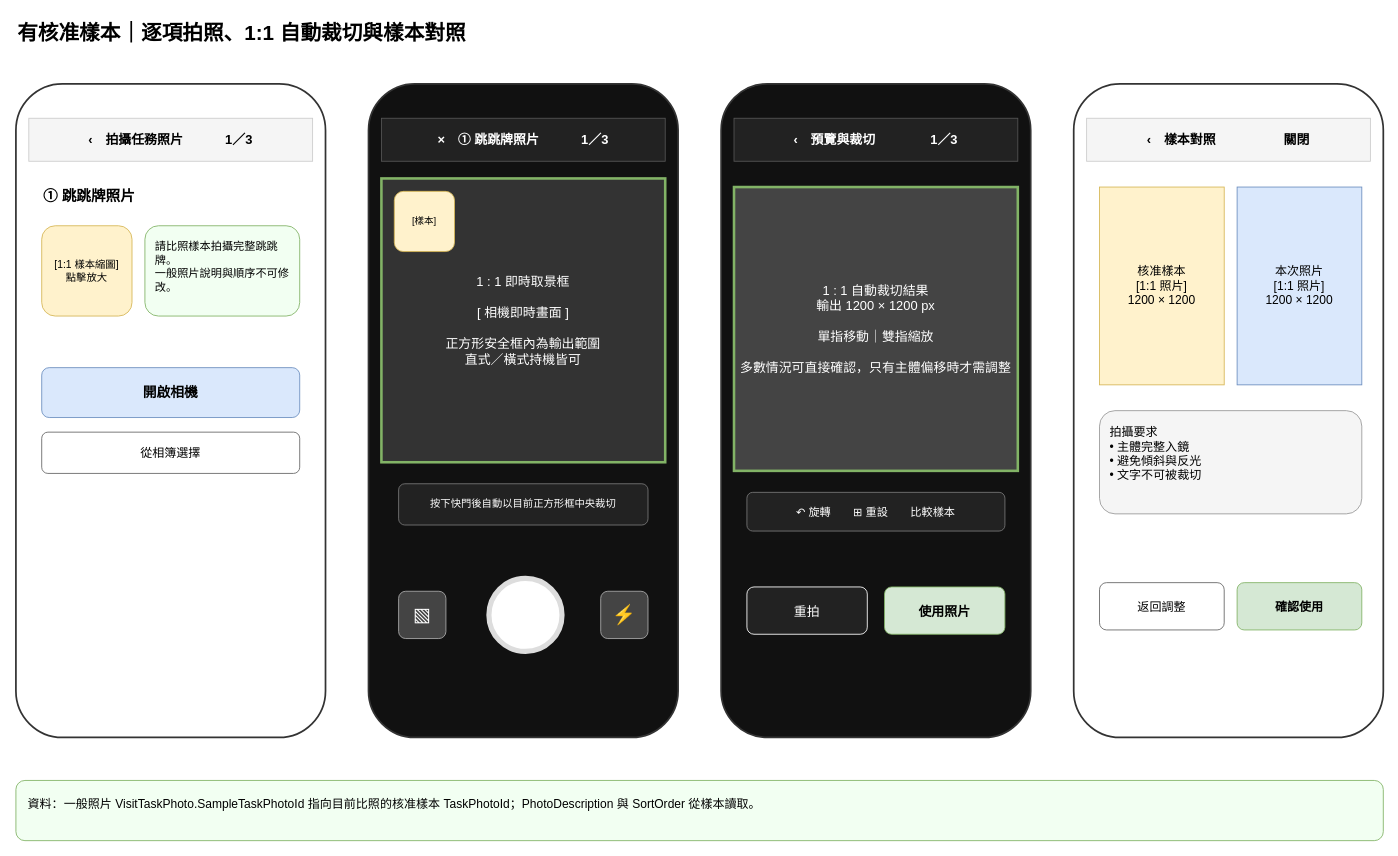
Above: page "02_有樣本_拍照與預覽" (3 of 6) of Codex筆記/LGSale_UI_PHOTO.drawio in tim5612/LGSaleOut (draw.io), before the change. Source tidied: cells renumbered, new cells numbered last; positions are measured from the earlier drawing's top-left corner, leaving out a move shared by most shapes. Both pictures are drawn from the tidied source at 86%, with x=0, y=0 at pixel (15, 15).
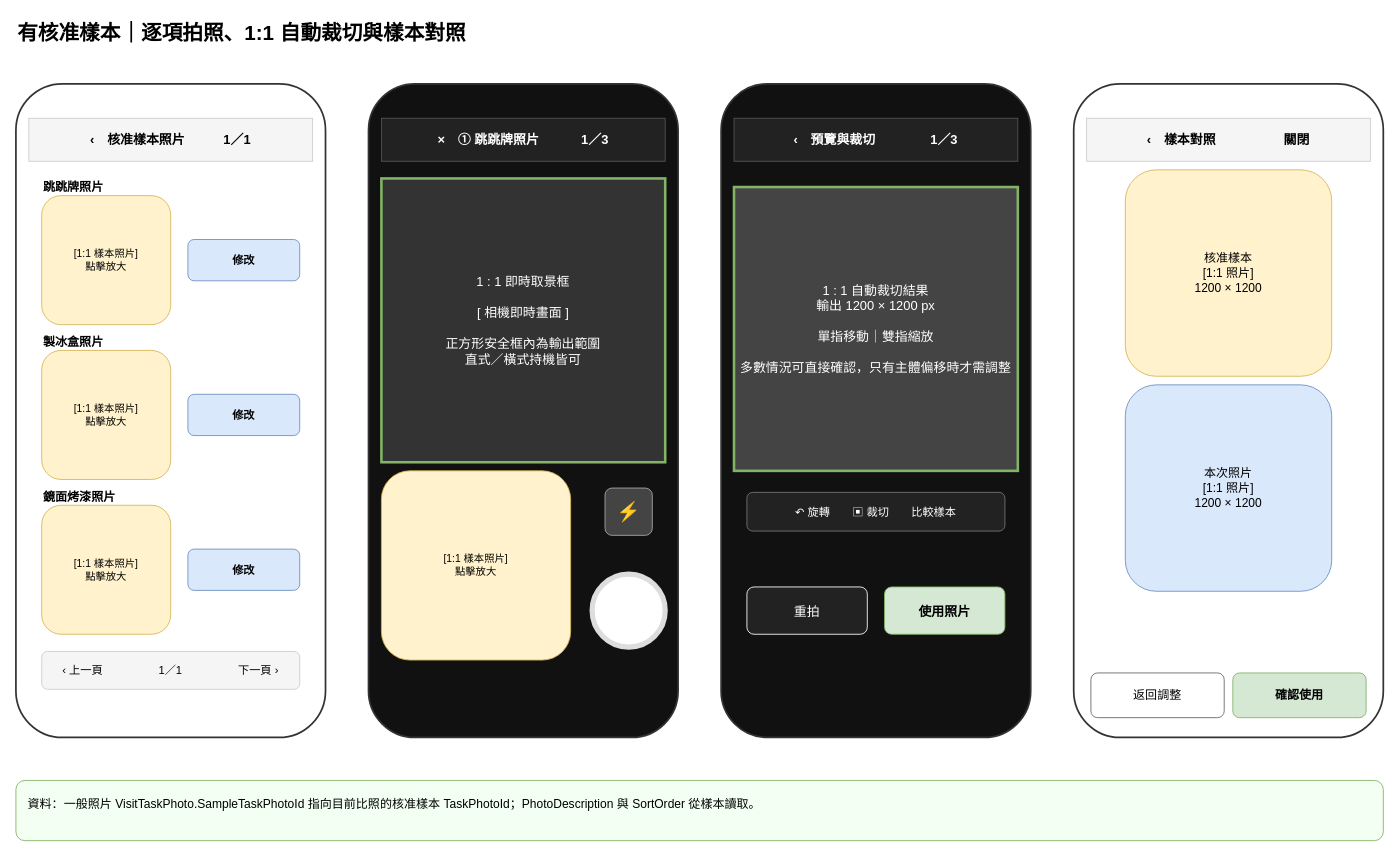
The same page after the edit.

Change to the diagram source:
```diff
@@
-    <mxCell id="4" value="‹　拍攝任務照片　　　 1／3" style="rounded=0;whiteSpace=wrap;html=1;fillColor=#f5f5f5;strokeColor=#cccccc;fontStyle=1;fontSize=15;" parent="1" vertex="1">
+    <mxCell id="4" value="‹　核准樣本照片　　　1／1" style="rounded=0;whiteSpace=wrap;html=1;fillColor=#f5f5f5;strokeColor=#cccccc;fontStyle=1;fontSize=15;" parent="1" vertex="1">
       <mxGeometry x="15" y="120" width="330" height="50" as="geometry" />
     </mxCell>
-    <mxCell id="5" value="① 跳跳牌照片" style="text;html=1;fontStyle=1;fontSize=17;align=left;" parent="1" vertex="1">
-      <mxGeometry x="30" y="195" width="260" height="30" as="geometry" />
+    <mxCell id="5" value="跳跳牌照片" style="text;html=1;fontStyle=1;fontSize=14;align=left;" parent="1" vertex="1">
+      <mxGeometry x="30" y="185" width="300" height="22" as="geometry" />
     </mxCell>
-    <mxCell id="6" value="[1:1 樣本縮圖]&#10;點擊放大" style="rounded=1;whiteSpace=wrap;html=1;fillColor=#fff2cc;strokeColor=#d6b656;fontSize=12;" parent="1" vertex="1">
-      <mxGeometry x="30" y="245" width="105" height="105" as="geometry" />
+    <mxCell id="6" value="[1:1 樣本照片]&#10;點擊放大" style="rounded=1;whiteSpace=wrap;html=1;fillColor=#fff2cc;strokeColor=#d6b656;fontSize=12;" parent="1" vertex="1">
+      <mxGeometry x="30" y="210" width="150" height="150" as="geometry" />
     </mxCell>
-    <mxCell id="7" value="請比照樣本拍攝完整跳跳牌。&#10;一般照片說明與順序不可修改。" style="rounded=1;whiteSpace=wrap;html=1;fillColor=#f2fff2;strokeColor=#82b366;align=left;verticalAlign=top;spacing=12;fontSize=13;" parent="1" vertex="1">
-      <mxGeometry x="150" y="245" width="180" height="105" as="geometry" />
-    </mxCell>
-    <mxCell id="8" value="開啟相機" style="rounded=1;whiteSpace=wrap;html=1;fillColor=#dae8fc;strokeColor=#6c8ebf;fontStyle=1;fontSize=16;" parent="1" vertex="1">
-      <mxGeometry x="30" y="410" width="300" height="58" as="geometry" />
-    </mxCell>
-    <mxCell id="9" value="從相簿選擇" style="rounded=1;whiteSpace=wrap;html=1;fillColor=#ffffff;strokeColor=#666666;fontSize=14;" parent="1" vertex="1">
-      <mxGeometry x="30" y="485" width="300" height="48" as="geometry" />
-    </mxCell>
+    <mxCell id="32" value="修改" style="rounded=1;whiteSpace=wrap;html=1;fillColor=#dae8fc;strokeColor=#6c8ebf;fontStyle=1;fontSize=13;" parent="1" vertex="1">
+      <mxGeometry x="200" y="261" width="130" height="48" as="geometry" />
+    </mxCell>
+    <mxCell id="33" value="製冰盒照片" style="text;html=1;fontStyle=1;fontSize=14;align=left;" parent="1" vertex="1">
+      <mxGeometry x="30" y="365" width="300" height="22" as="geometry" />
+    </mxCell>
+    <mxCell id="34" value="[1:1 樣本照片]&#10;點擊放大" style="rounded=1;whiteSpace=wrap;html=1;fillColor=#fff2cc;strokeColor=#d6b656;fontSize=12;" parent="1" vertex="1">
+      <mxGeometry x="30" y="390" width="150" height="150" as="geometry" />
+    </mxCell>
+    <mxCell id="35" value="修改" style="rounded=1;whiteSpace=wrap;html=1;fillColor=#dae8fc;strokeColor=#6c8ebf;fontStyle=1;fontSize=13;" parent="1" vertex="1">
+      <mxGeometry x="200" y="441" width="130" height="48" as="geometry" />
+    </mxCell>
+    <mxCell id="36" value="鏡面烤漆照片" style="text;html=1;fontStyle=1;fontSize=14;align=left;" parent="1" vertex="1">
+      <mxGeometry x="30" y="545" width="300" height="22" as="geometry" />
+    </mxCell>
+    <mxCell id="37" value="[1:1 樣本照片]&#10;點擊放大" style="rounded=1;whiteSpace=wrap;html=1;fillColor=#fff2cc;strokeColor=#d6b656;fontSize=12;" parent="1" vertex="1">
+      <mxGeometry x="30" y="570" width="150" height="150" as="geometry" />
+    </mxCell>
+    <mxCell id="38" value="修改" style="rounded=1;whiteSpace=wrap;html=1;fillColor=#dae8fc;strokeColor=#6c8ebf;fontStyle=1;fontSize=13;" parent="1" vertex="1">
+      <mxGeometry x="200" y="621" width="130" height="48" as="geometry" />
+    </mxCell>
+    <mxCell id="39" value="‹ 上一頁　　　　　1／1　　　　　下一頁 ›" style="rounded=1;whiteSpace=wrap;html=1;fillColor=#f5f5f5;strokeColor=#cccccc;fontSize=13;" parent="1" vertex="1">
+      <mxGeometry x="30" y="740" width="300" height="44" as="geometry" />
+    </mxCell>
@@
-    <mxCell id="13" value="[樣本]" style="rounded=1;whiteSpace=wrap;html=1;fillColor=#fff2cc;strokeColor=#d6b656;fontSize=11;" parent="1" vertex="1">
-      <mxGeometry x="440" y="205" width="70" height="70" as="geometry" />
+    <mxCell id="13" value="[1:1 樣本照片]&#10;點擊放大" style="rounded=1;whiteSpace=wrap;html=1;fillColor=#fff2cc;strokeColor=#d6b656;fontSize=12;" parent="1" vertex="1">
+      <mxGeometry x="425" y="530" width="220" height="220" as="geometry" />
     </mxCell>
-    <mxCell id="14" value="按下快門後自動以目前正方形框中央裁切" style="rounded=1;whiteSpace=wrap;html=1;fillColor=#222222;strokeColor=#777777;fontColor=#ffffff;fontSize=12;" parent="1" vertex="1">
-      <mxGeometry x="445" y="545" width="290" height="48" as="geometry" />
-    </mxCell>
-    <mxCell id="15" value="▧" style="rounded=1;whiteSpace=wrap;html=1;fillColor=#444444;strokeColor=#aaaaaa;fontColor=#ffffff;fontSize=22;" parent="1" vertex="1">
-      <mxGeometry x="445" y="670" width="55" height="55" as="geometry" />
-    </mxCell>
     <mxCell id="16" style="ellipse;whiteSpace=wrap;html=1;fillColor=#ffffff;strokeColor=#dddddd;strokeWidth=6;" parent="1" vertex="1">
-      <mxGeometry x="550" y="655" width="85" height="85" as="geometry" />
+      <mxGeometry x="670" y="650" width="85" height="85" as="geometry" />
     </mxCell>
     <mxCell id="17" value="⚡" style="rounded=1;whiteSpace=wrap;html=1;fillColor=#444444;strokeColor=#aaaaaa;fontColor=#ffffff;fontSize=22;" parent="1" vertex="1">
-      <mxGeometry x="680" y="670" width="55" height="55" as="geometry" />
+      <mxGeometry x="685" y="550" width="55" height="55" as="geometry" />
     </mxCell>
@@
-    <mxCell id="21" value="↶ 旋轉　　⊞ 重設　　比較樣本" style="rounded=1;whiteSpace=wrap;html=1;fillColor=#222222;strokeColor=#777777;fontColor=#ffffff;fontSize=13;" parent="1" vertex="1">
+    <mxCell id="21" value="↶ 旋轉　　▣ 裁切　　比較樣本" style="rounded=1;whiteSpace=wrap;html=1;fillColor=#222222;strokeColor=#777777;fontColor=#ffffff;fontSize=13;" parent="1" vertex="1">
       <mxGeometry x="850" y="555" width="300" height="45" as="geometry" />
     </mxCell>
@@
-    <mxCell id="26" value="核准樣本&#10;[1:1 照片]&#10;1200 × 1200" style="rounded=0;whiteSpace=wrap;html=1;fillColor=#fff2cc;strokeColor=#d6b656;fontSize=14;" parent="1" vertex="1">
-      <mxGeometry x="1260" y="200" width="145" height="230" as="geometry" />
+    <mxCell id="26" value="核准樣本&#10;[1:1 照片]&#10;1200 × 1200" style="rounded=1;whiteSpace=wrap;html=1;fillColor=#fff2cc;strokeColor=#d6b656;fontSize=14;" parent="1" vertex="1">
+      <mxGeometry x="1290" y="180" width="240" height="240" as="geometry" />
     </mxCell>
-    <mxCell id="27" value="本次照片&#10;[1:1 照片]&#10;1200 × 1200" style="rounded=0;whiteSpace=wrap;html=1;fillColor=#dae8fc;strokeColor=#6c8ebf;fontSize=14;" parent="1" vertex="1">
-      <mxGeometry x="1420" y="200" width="145" height="230" as="geometry" />
+    <mxCell id="27" value="本次照片&#10;[1:1 照片]&#10;1200 × 1200" style="rounded=1;whiteSpace=wrap;html=1;fillColor=#dae8fc;strokeColor=#6c8ebf;fontSize=14;" parent="1" vertex="1">
+      <mxGeometry x="1290" y="430" width="240" height="240" as="geometry" />
     </mxCell>
-    <mxCell id="28" value="拍攝要求&#10;• 主體完整入鏡&#10;• 避免傾斜與反光&#10;• 文字不可被裁切" style="rounded=1;whiteSpace=wrap;html=1;fillColor=#f5f5f5;strokeColor=#999999;align=left;verticalAlign=top;spacing=12;fontSize=14;" parent="1" vertex="1">
-      <mxGeometry x="1260" y="460" width="305" height="120" as="geometry" />
-    </mxCell>
     <mxCell id="29" value="返回調整" style="rounded=1;whiteSpace=wrap;html=1;fillColor=#ffffff;strokeColor=#666666;fontSize=14;" parent="1" vertex="1">
-      <mxGeometry x="1260" y="660" width="145" height="55" as="geometry" />
+      <mxGeometry x="1250" y="765" width="155" height="52" as="geometry" />
     </mxCell>
     <mxCell id="30" value="確認使用" style="rounded=1;whiteSpace=wrap;html=1;fillColor=#d5e8d4;strokeColor=#82b366;fontStyle=1;fontSize=14;" parent="1" vertex="1">
-      <mxGeometry x="1420" y="660" width="145" height="55" as="geometry" />
+      <mxGeometry x="1415" y="765" width="155" height="52" as="geometry" />
     </mxCell>
```
